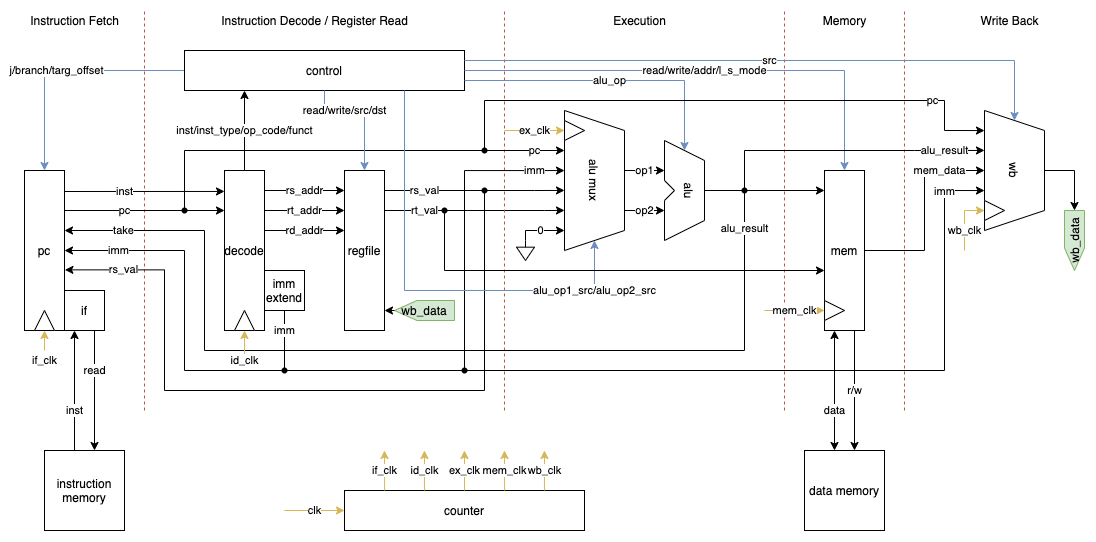
Above: assets/SingleCycleDataPath.drawio.png in junyang-zh/HeliumCPUv2-MIPS32 (draw.io), before the change. Source tidied: cells renumbered, new cells last; positions are measured from the earlier drawing's top-left corner, leaving out a move shared by most shapes.
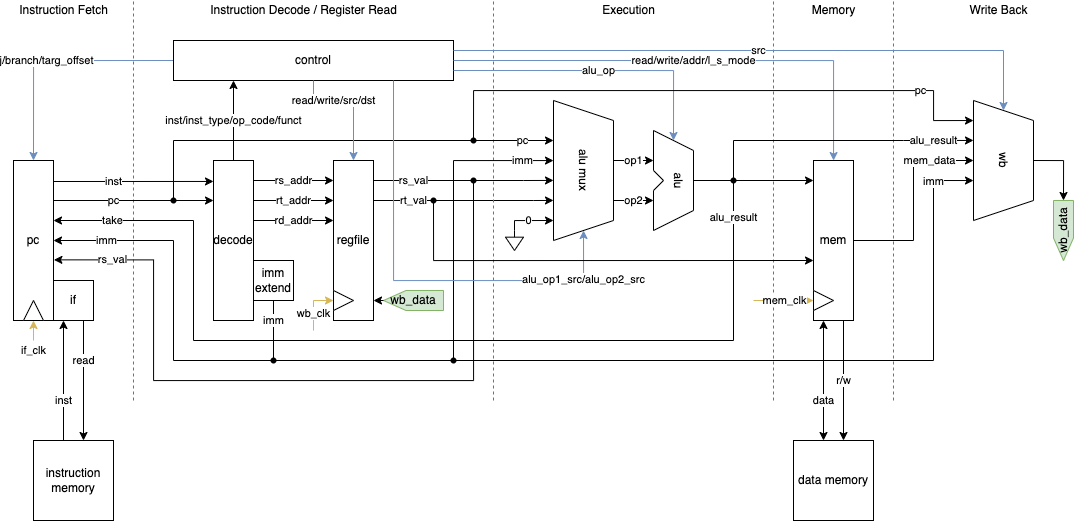
Later version of the same file.

Commit message:
figure upd

The edit, as a diff of the source:
```diff
@@ -392,51 +392,12 @@
     <mxCell id="75" style="shape=waypoint;sketch=0;fillStyle=solid;size=6;fillColor=none;perimeter=centerPerimeter;" parent="1" vertex="1">
       <mxGeometry x="440" y="120" width="40" height="40" as="geometry" />
     </mxCell>
-    <mxCell id="76" value="counter" style="rounded=0;whiteSpace=wrap;html=1;" parent="1" vertex="1">
-      <mxGeometry x="320" y="480" width="240" height="40" as="geometry" />
-    </mxCell>
-    <mxCell id="77" value="clk" style="endArrow=classic;html=1;rounded=0;entryX=0;entryY=0.5;entryDx=0;entryDy=0;fillColor=#fff2cc;strokeColor=#d6b656;" parent="1" edge="1" target="76">
-      <mxGeometry relative="1" as="geometry">
-        <mxPoint x="260" y="500" as="sourcePoint" />
-      </mxGeometry>
-    </mxCell>
-    <mxCell id="78" value="if_clk" style="endArrow=classic;html=1;rounded=0;exitX=0.167;exitY=0;exitDx=0;exitDy=0;exitPerimeter=0;fillColor=#fff2cc;strokeColor=#d6b656;" parent="1" edge="1" source="76">
-      <mxGeometry relative="1" as="geometry">
-        <mxPoint x="360" y="440" as="targetPoint" />
-      </mxGeometry>
-    </mxCell>
-    <mxCell id="79" value="id_clk" style="endArrow=classic;html=1;rounded=0;exitX=0.333;exitY=0;exitDx=0;exitDy=0;exitPerimeter=0;fillColor=#fff2cc;strokeColor=#d6b656;" parent="1" edge="1" source="76">
-      <mxGeometry relative="1" as="geometry">
-        <mxPoint x="400" y="440" as="targetPoint" />
-      </mxGeometry>
-    </mxCell>
-    <mxCell id="80" value="ex_clk" style="endArrow=classic;html=1;rounded=0;exitX=0.5;exitY=0;exitDx=0;exitDy=0;fillColor=#fff2cc;strokeColor=#d6b656;" parent="1" edge="1" source="76">
-      <mxGeometry relative="1" as="geometry">
-        <mxPoint x="440" y="440" as="targetPoint" />
-      </mxGeometry>
-    </mxCell>
-    <mxCell id="81" value="mem_clk" style="endArrow=classic;html=1;rounded=0;exitX=0.667;exitY=0;exitDx=0;exitDy=0;exitPerimeter=0;fillColor=#fff2cc;strokeColor=#d6b656;" parent="1" edge="1" source="76">
-      <mxGeometry relative="1" as="geometry">
-        <mxPoint x="480" y="440" as="targetPoint" />
-      </mxGeometry>
-    </mxCell>
-    <mxCell id="82" value="wb_clk" style="endArrow=classic;html=1;rounded=0;exitX=0.833;exitY=0;exitDx=0;exitDy=0;exitPerimeter=0;fillColor=#fff2cc;strokeColor=#d6b656;" parent="1" edge="1" source="76">
-      <mxGeometry relative="1" as="geometry">
-        <mxPoint x="520" y="440" as="targetPoint" />
-      </mxGeometry>
-    </mxCell>
     <mxCell id="83" style="triangle;whiteSpace=wrap;html=1;rotation=-90;" parent="1" vertex="1">
       <mxGeometry x="10" y="300" width="20" height="20" as="geometry" />
     </mxCell>
-    <mxCell id="84" style="triangle;whiteSpace=wrap;html=1;rotation=-90;" parent="1" vertex="1">
-      <mxGeometry x="210" y="300" width="20" height="20" as="geometry" />
-    </mxCell>
     <mxCell id="85" style="triangle;whiteSpace=wrap;html=1;rotation=0;" parent="1" vertex="1">
       <mxGeometry x="800" y="290" width="20" height="20" as="geometry" />
     </mxCell>
-    <mxCell id="86" style="triangle;whiteSpace=wrap;html=1;rotation=0;" parent="1" vertex="1">
-      <mxGeometry x="540" y="110" width="20" height="20" as="geometry" />
-    </mxCell>
     <mxCell id="87" value="if_clk" style="endArrow=classic;html=1;rounded=0;fillColor=#fff2cc;strokeColor=#d6b656;entryX=0;entryY=0.5;entryDx=0;entryDy=0;" parent="1" edge="1" target="83">
       <mxGeometry x="-1" y="-10" relative="1" as="geometry">
         <mxPoint x="20" y="340" as="sourcePoint" />
@@ -444,18 +405,8 @@
       </mxGeometry>
     </mxCell>
     <mxCell id="88" style="triangle;whiteSpace=wrap;html=1;rotation=0;" parent="1" vertex="1">
-      <mxGeometry x="960" y="190" width="20" height="20" as="geometry" />
+      <mxGeometry x="320" y="290" width="20" height="20" as="geometry" />
     </mxCell>
-    <mxCell id="89" value="id_clk" style="endArrow=classic;html=1;rounded=0;fillColor=#fff2cc;strokeColor=#d6b656;entryX=0;entryY=0.5;entryDx=0;entryDy=0;" parent="1" edge="1" target="84">
-      <mxGeometry x="-1" relative="1" as="geometry">
-        <mxPoint x="220" y="350" as="sourcePoint" />
-      </mxGeometry>
-    </mxCell>
-    <mxCell id="90" value="ex_clk" style="endArrow=classic;html=1;rounded=0;fillColor=#fff2cc;strokeColor=#d6b656;entryX=0;entryY=0.5;entryDx=0;entryDy=0;" parent="1" edge="1" target="86">
-      <mxGeometry relative="1" as="geometry">
-        <mxPoint x="480" y="120" as="sourcePoint" />
-      </mxGeometry>
-    </mxCell>
     <mxCell id="91" value="mem_clk" style="endArrow=classic;html=1;rounded=0;fillColor=#fff2cc;strokeColor=#d6b656;entryX=0;entryY=0.5;entryDx=0;entryDy=0;" parent="1" edge="1" target="85">
       <mxGeometry relative="1" as="geometry">
         <mxPoint x="740" y="300" as="sourcePoint" />
@@ -463,9 +414,9 @@
     </mxCell>
     <mxCell id="92" value="wb_clk" style="endArrow=classic;html=1;rounded=0;fillColor=#fff2cc;strokeColor=#d6b656;entryX=0;entryY=0.5;entryDx=0;entryDy=0;" parent="1" edge="1" target="88">
       <mxGeometry x="-0.33" relative="1" as="geometry">
-        <mxPoint x="940" y="240" as="sourcePoint" />
+        <mxPoint x="300" y="330" as="sourcePoint" />
         <Array as="points">
-          <mxPoint x="940" y="200" />
+          <mxPoint x="300" y="300" />
         </Array>
       </mxGeometry>
     </mxCell>
```
